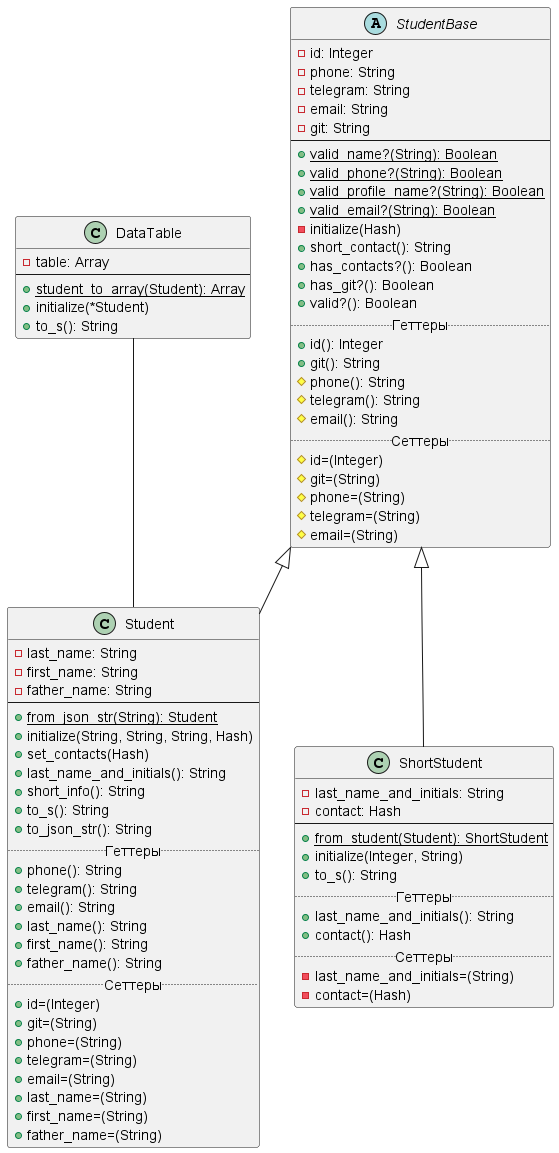
Before: Diagrams/lab2.png, a diagram exported from PlantUML (r1411/PatternsLabs).
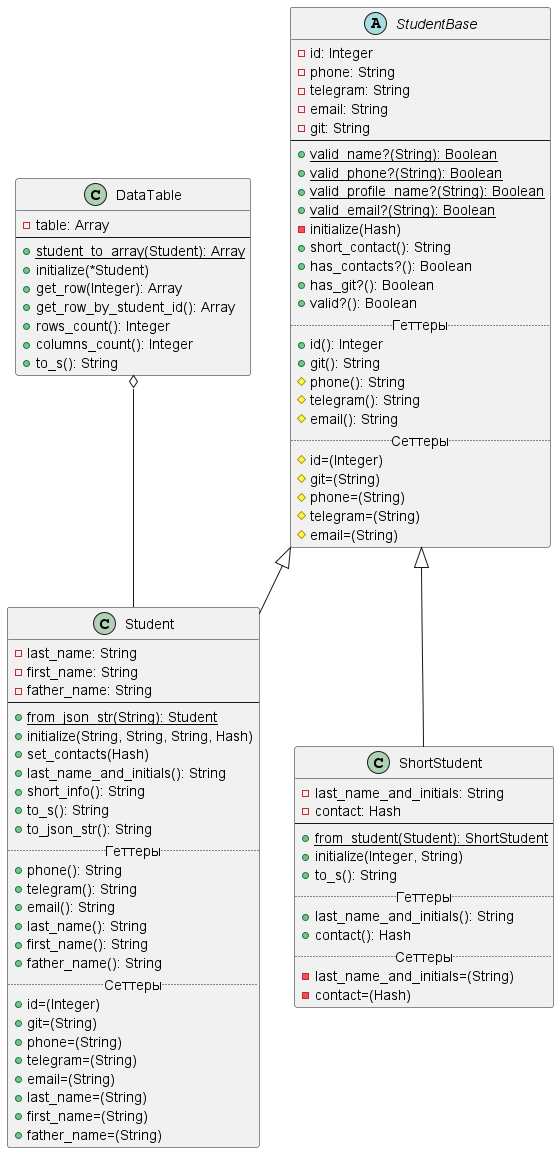
The same file after the commit.

Commit message:
Обновление диаграммы классов (DataTable)

The edit, as a diff of the source:
```diff
@@ -1,6 +1,6 @@
 @startuml
 
-DataTable -- Student
+DataTable o-- Student
 
 abstract class StudentBase {
     -id: Integer
@@ -82,6 +82,10 @@
     --
     {static}+student_to_array(Student): Array
     +initialize(*Student)
+    +get_row(Integer): Array
+    +get_row_by_student_id(): Array
+    +rows_count(): Integer
+    +columns_count(): Integer
     +to_s(): String
 }
 
```
